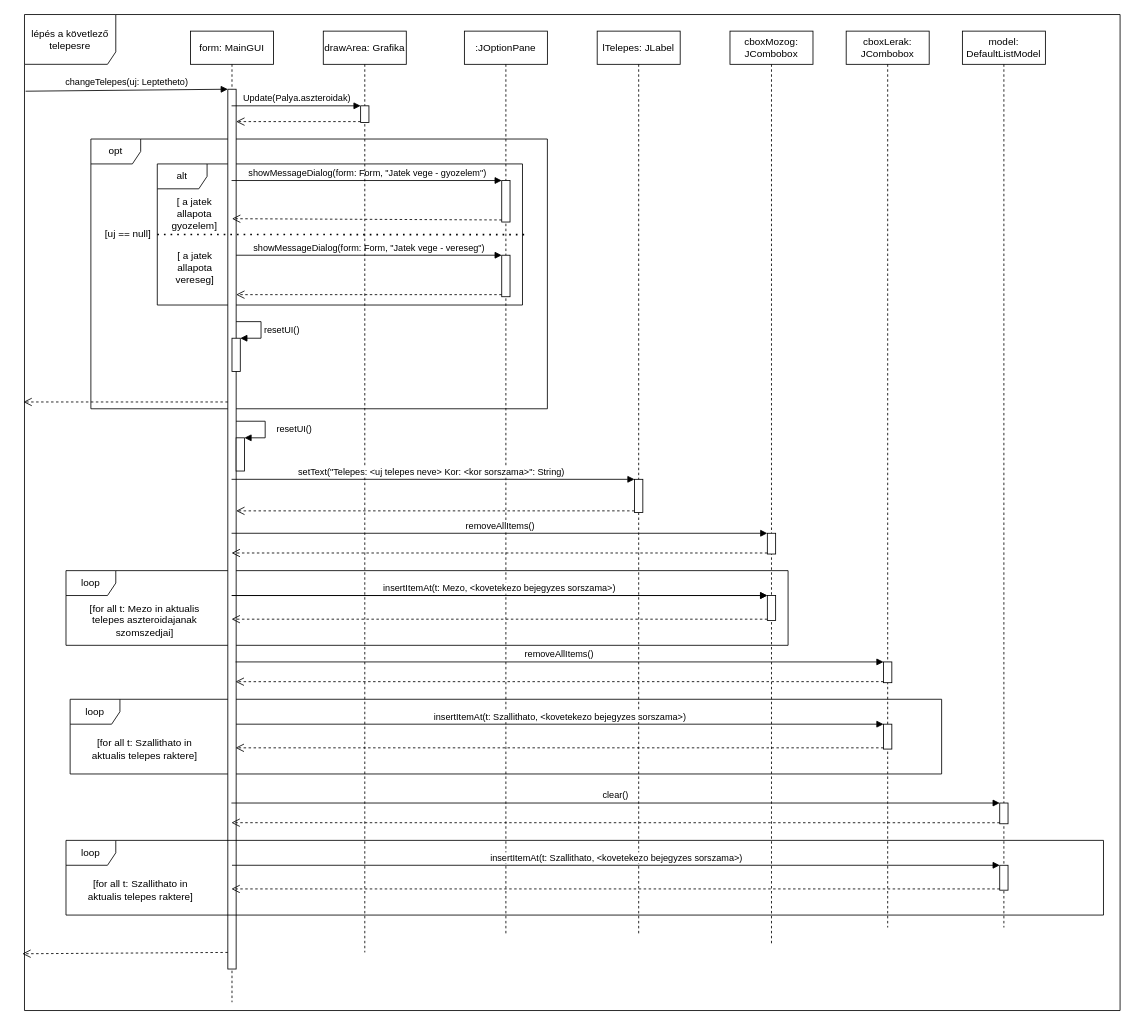
Above: doc/UIszek/change_telepes.drawio in torpeBoiGo/aszteroidabanyaszat (draw.io), before the change. Source tidied: cells renumbered, new cells numbered last; positions are measured from the earlier drawing's top-left corner, leaving out a move shared by most shapes. Both pictures are drawn from the tidied source at 83%, with x=0, y=0 at pixel (24, 14).
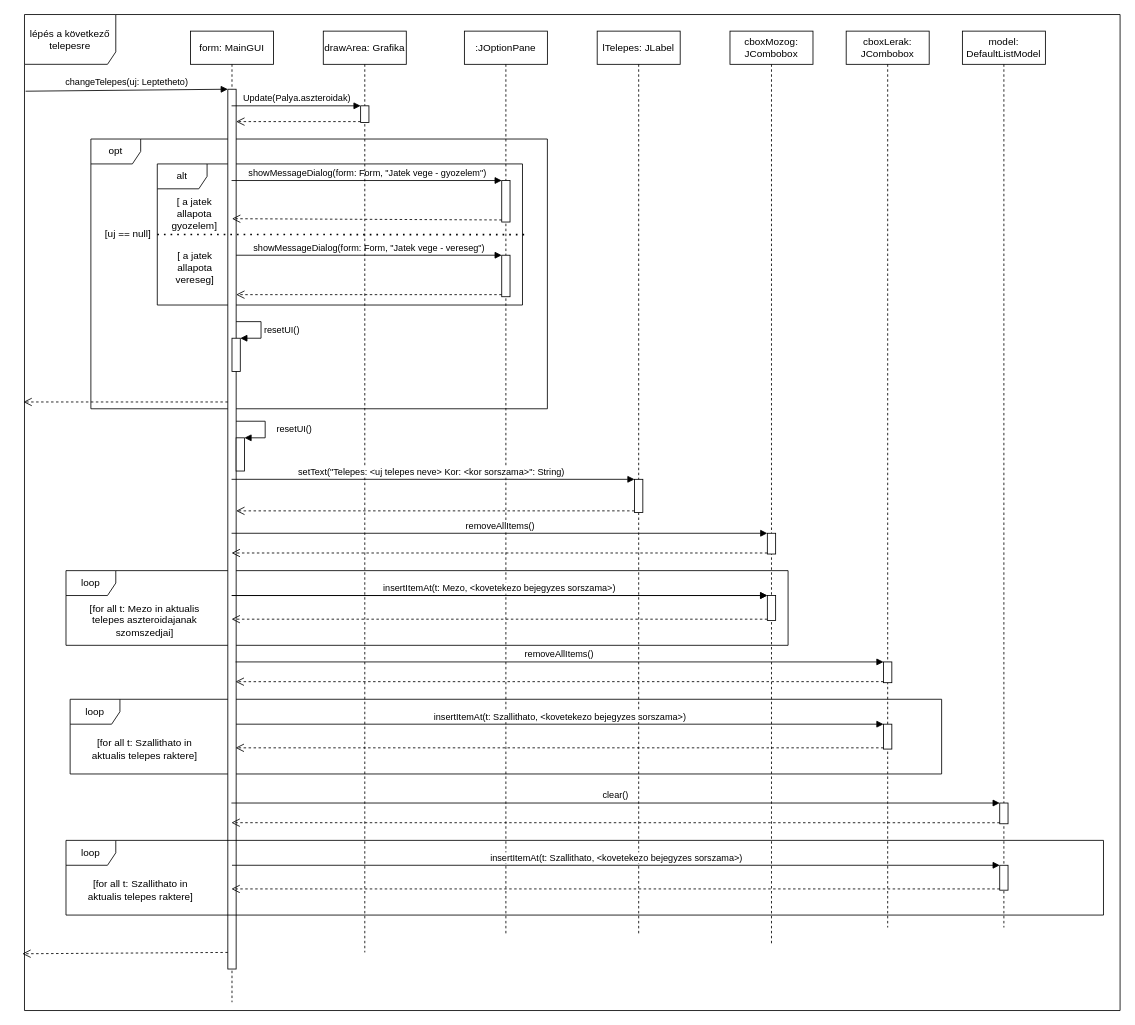
The same page after the edit.

Commit message:
Update change_telepes.drawio: eliras javitva

The edit, as a diff of the source:
```diff
@@
-    <mxCell id="2" value="lépés a követlező telepesre" style="shape=umlFrame;whiteSpace=wrap;html=1;width=110;height=60;" parent="1" vertex="1">
+    <mxCell id="2" value="lépés a következő telepesre" style="shape=umlFrame;whiteSpace=wrap;html=1;width=110;height=60;" parent="1" vertex="1">
       <mxGeometry width="1320" height="1200" as="geometry" />
     </mxCell>
```
